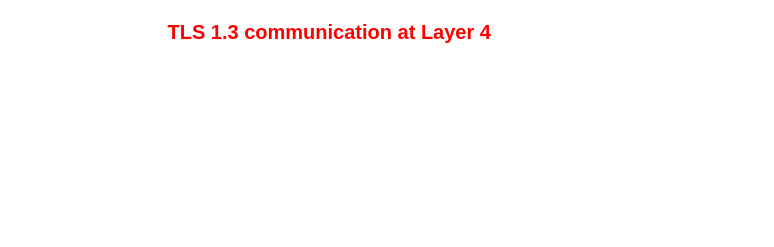
The draw.io diagram page "TLS 1.3" (5 of 5) of TLS.drawio in yepurivamsikrishna/drawio-diagrams, before the edit. Source tidied: cells renumbered, new cells numbered last; positions are measured from the earlier drawing's top-left corner, leaving out a move shared by most shapes. Both pictures are drawn from the tidied source at 100%, with x=0, y=0 at pixel (27, 17).
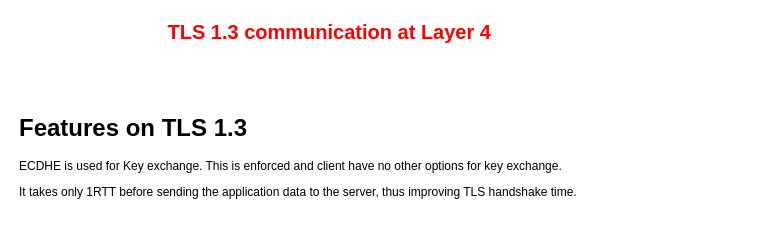
After the change.

The edit, as a diff of the source:
```diff
@@
 <mxGraphModel>
   <root>
     <mxCell id="0" />
     <mxCell id="1" parent="0" />
     <mxCell id="2" value="&lt;font style=&quot;color: rgb(255, 0, 0); font-size: 20px;&quot;&gt;TLS 1.3 communication at Layer 4&amp;nbsp;&lt;/font&gt;" style="text;html=1;align=center;verticalAlign=middle;whiteSpace=wrap;rounded=0;fontSize=18;fontColor=#FF0000;fontStyle=1;" parent="1" vertex="1">
       <mxGeometry x="0.4" width="610" height="30" as="geometry" />
     </mxCell>
+    <mxCell id="3" value="&lt;h1 style=&quot;margin-top: 0px;&quot;&gt;Features on TLS 1.3&lt;/h1&gt;&lt;p&gt;ECDHE is used for Key exchange. This is enforced and client have no other options for key exchange.&lt;/p&gt;&lt;p&gt;It takes only 1RTT before sending the application data to the server, thus improving TLS handshake time.&lt;/p&gt;" style="text;html=1;whiteSpace=wrap;overflow=hidden;rounded=0;" parent="1" vertex="1">
+      <mxGeometry x="-10" y="90" width="740" height="120" as="geometry" />
+    </mxCell>
   </root>
 </mxGraphModel>
```
